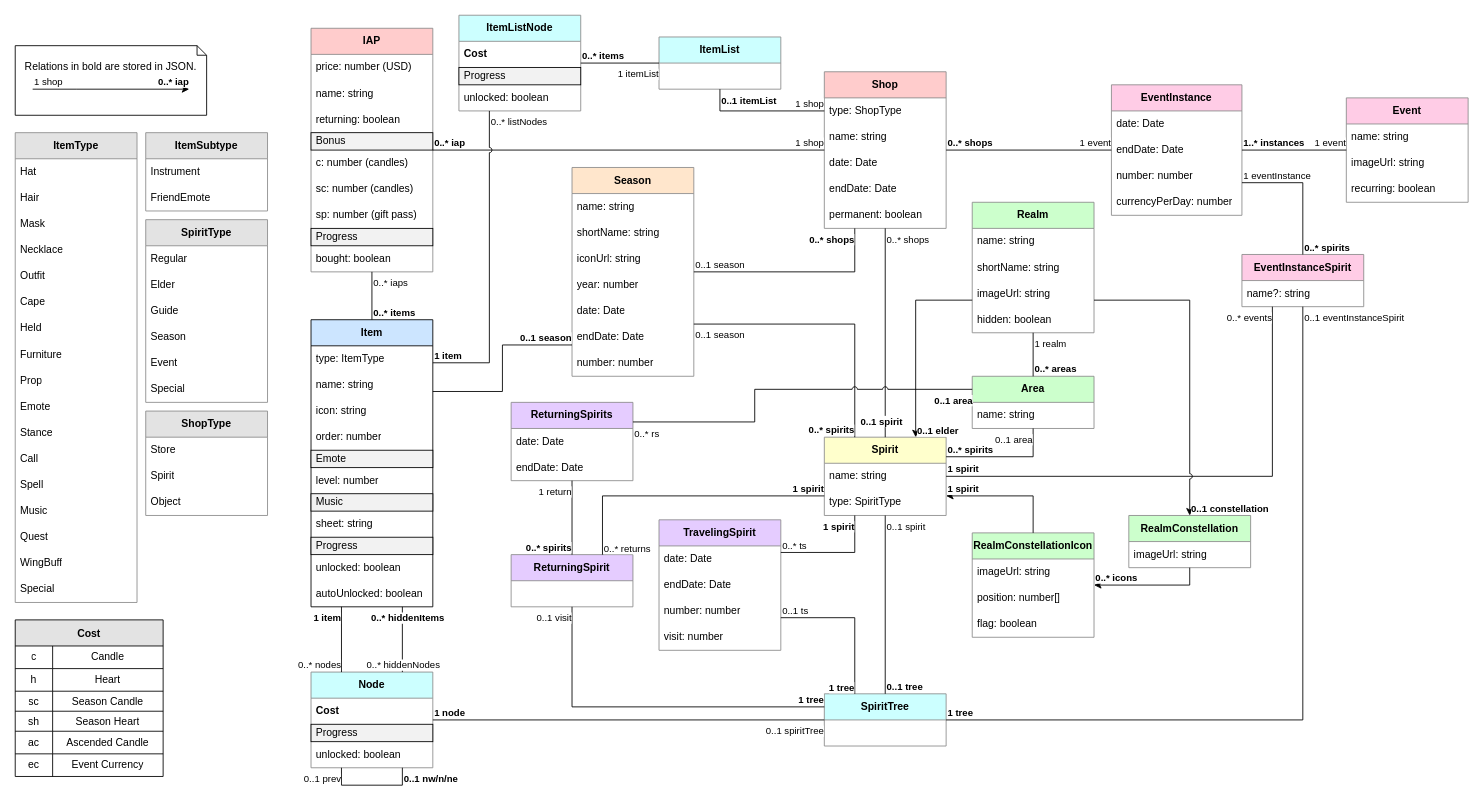
Silverfeelin/SkyGame-Planner keeps this draw.io diagram as diagrams/SkyPlannerData.drawio. Above is the earlier version. Source tidied: cells renumbered, new cells numbered last; positions are measured from the earlier drawing's top-left corner, leaving out a move shared by most shapes. Both pictures are drawn from the tidied source at 87%, with x=0, y=0 at pixel (15, 15).
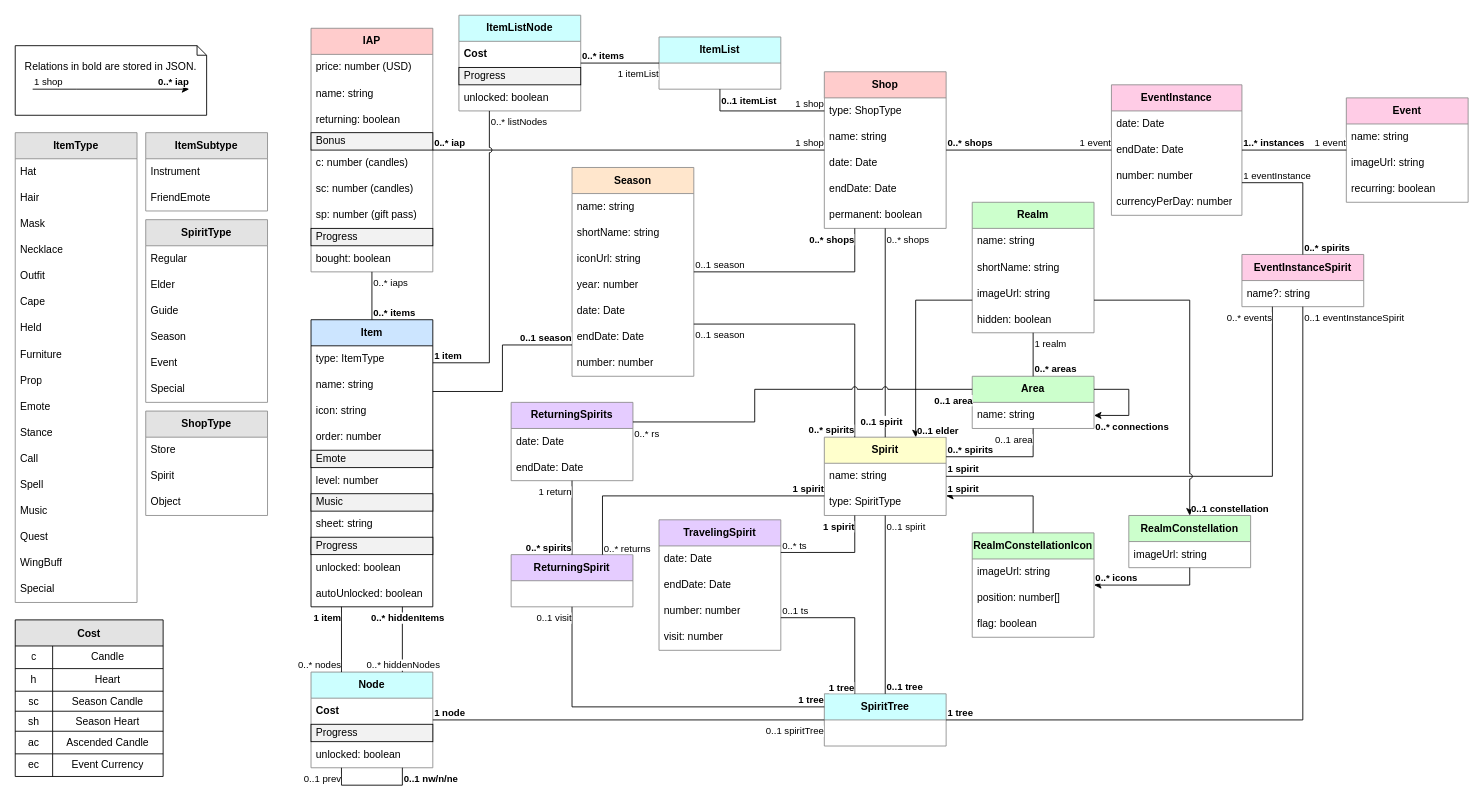
Above is the later version.

Commit message (it also covers changes not shown here):
Add all area connections

The change refers to these unchanged cells:
```xml
<mxCell id="46" value="Area" style="swimlane;fontStyle=1;horizontal=1;startSize=30;whiteSpace=wrap;html=1;fillStyle=auto;strokeColor=#8C8C8C;fillColor=#CCFFCC;" parent="1" vertex="1">
  <mxGeometry x="1100" y="415" width="140" height="60" as="geometry" />
</mxCell>
```

Change to the diagram source:
```diff
@@
+    <mxCell id="265" style="endArrow=none;html=1;rounded=0;edgeStyle=orthogonalEdgeStyle;elbow=vertical;endFill=0;entryX=1;entryY=0.25;entryDx=0;entryDy=0;jumpStyle=arc;startArrow=classic;startFill=1;exitX=1;exitY=0.75;exitDx=0;exitDy=0;" parent="1" edge="1" source="46" target="46">
+      <mxGeometry relative="1" as="geometry">
+        <Array as="points">
+          <mxPoint x="1280" y="460" />
+          <mxPoint x="1280" y="430" />
+        </Array>
+      </mxGeometry>
+    </mxCell>
+    <mxCell id="266" value="&lt;br&gt;" style="edgeLabel;html=1;align=center;verticalAlign=middle;fillStyle=auto;strokeColor=#8C8C8C;fillColor=#E3E3E3;" parent="265" vertex="1">
+      <mxGeometry relative="1" as="geometry" />
+    </mxCell>
+    <mxCell id="267" value="0..* connections" style="edgeLabel;html=1;align=left;verticalAlign=top;fillStyle=auto;strokeColor=#8C8C8C;fillColor=#E3E3E3;fontStyle=1;" parent="265" vertex="1">
+      <mxGeometry x="-1" relative="1" as="geometry" />
+    </mxCell>
+    <mxCell id="268" style="edgeLabel;html=1;align=right;verticalAlign=top;fillStyle=auto;strokeColor=#8C8C8C;fillColor=#E3E3E3;fontStyle=0;" parent="265" vertex="1">
+      <mxGeometry x="1" relative="1" as="geometry" />
+    </mxCell>
```
